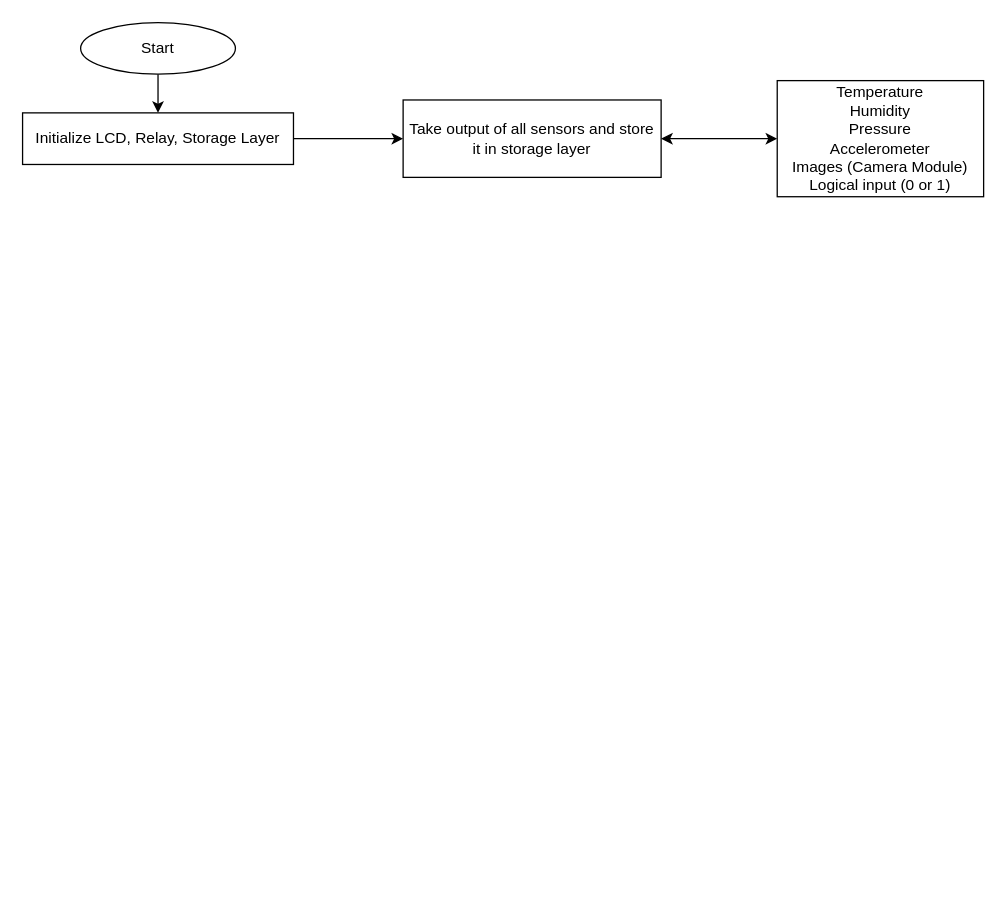
Before: Untitled Diagram.drawio in Nivethan28/bigdata_tcci, a draw.io diagram. Source tidied: cells renumbered, new cells numbered last; positions are measured from the earlier drawing's top-left corner, leaving out a move shared by most shapes. Both pictures are drawn from the tidied source at 129%, with x=0, y=0 at pixel (22, 22).
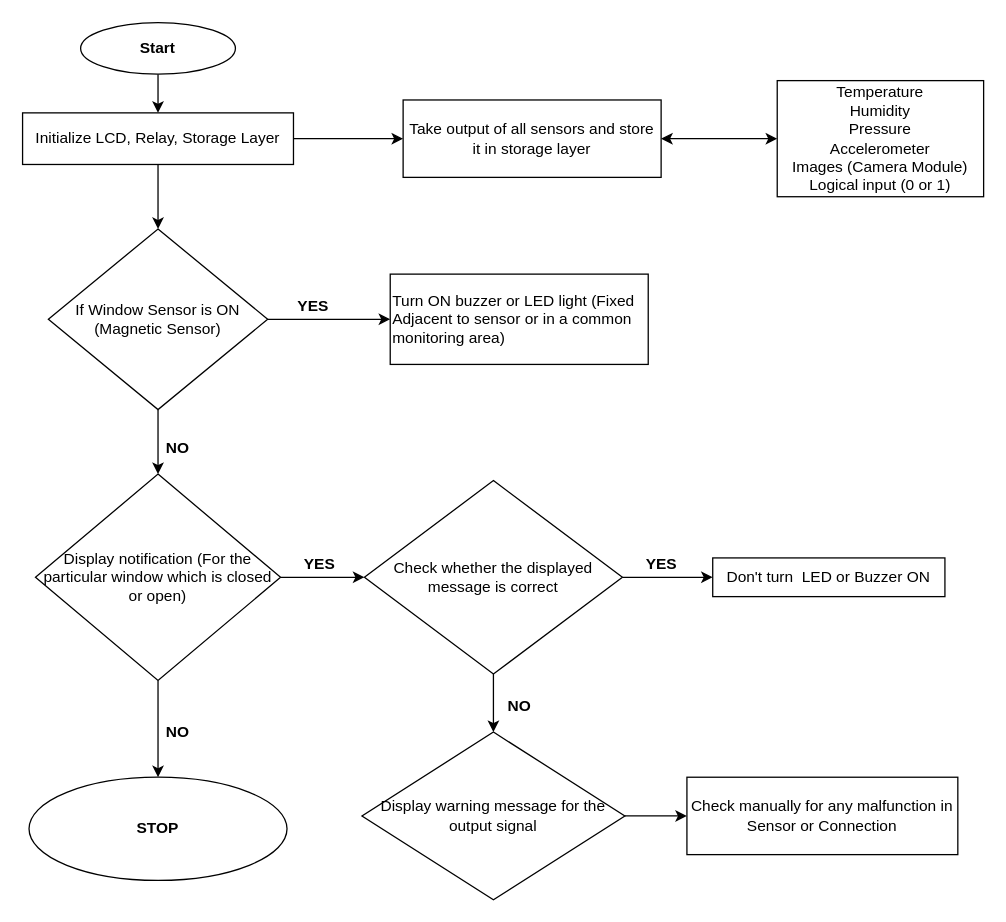
After the change.

Unchanged cells that the change refers to:
```xml
<mxCell id="5" value="Initialize LCD, Relay, Storage Layer" style="rounded=0;whiteSpace=wrap;html=1;" parent="1" vertex="1">
  <mxGeometry y="70" width="210" height="40" as="geometry" />
</mxCell>
```

Diff of the diagram source:
```diff
@@
-    <mxCell id="3" value="Start" style="ellipse;whiteSpace=wrap;html=1;" parent="1" vertex="1">
+    <mxCell id="3" value="&lt;b&gt;Start&lt;/b&gt;" style="ellipse;whiteSpace=wrap;html=1;" parent="1" vertex="1">
       <mxGeometry x="45" width="120" height="40" as="geometry" />
     </mxCell>
@@
+    <mxCell id="9" style="edgeStyle=orthogonalEdgeStyle;rounded=0;jettySize=auto;html=1;" parent="1" edge="1" source="5" target="12">
+      <mxGeometry relative="1" as="geometry" />
+    </mxCell>
@@
+    <mxCell id="10" style="edgeStyle=orthogonalEdgeStyle;rounded=0;jettySize=auto;html=1;exitX=1;exitY=0.5;exitDx=0;exitDy=0;entryX=0;entryY=0.5;entryDx=0;entryDy=0;" parent="1" edge="1" source="12" target="13">
+      <mxGeometry relative="1" as="geometry" />
+    </mxCell>
+    <mxCell id="11" style="edgeStyle=orthogonalEdgeStyle;rounded=0;jettySize=auto;html=1;" parent="1" edge="1" source="12" target="17">
+      <mxGeometry relative="1" as="geometry" />
+    </mxCell>
+    <mxCell id="12" value="If Window Sensor is ON&lt;br&gt;(Magnetic Sensor)" style="rhombus;whiteSpace=wrap;html=1;align=center;labelPosition=center;verticalLabelPosition=middle;verticalAlign=middle;" parent="1" vertex="1">
+      <mxGeometry x="20" y="160" width="170" height="140" as="geometry" />
+    </mxCell>
+    <mxCell id="13" value="Turn ON buzzer or LED light (Fixed Adjacent to sensor or in a common monitoring area)" style="rounded=0;whiteSpace=wrap;html=1;align=left;" parent="1" vertex="1">
+      <mxGeometry x="285" y="195" width="200" height="70" as="geometry" />
+    </mxCell>
+    <mxCell id="14" value="YES" style="text;html=1;align=center;verticalAlign=middle;fontStyle=1;" parent="1" vertex="1">
+      <mxGeometry x="205" y="210" width="40" height="20" as="geometry" />
+    </mxCell>
+    <mxCell id="15" style="edgeStyle=orthogonalEdgeStyle;rounded=0;jettySize=auto;html=1;" parent="1" edge="1" source="17" target="21">
+      <mxGeometry relative="1" as="geometry" />
+    </mxCell>
+    <mxCell id="16" style="edgeStyle=orthogonalEdgeStyle;rounded=0;jettySize=auto;html=1;" parent="1" edge="1" source="17" target="29">
+      <mxGeometry relative="1" as="geometry" />
+    </mxCell>
+    <mxCell id="17" value="Display notification (For the particular window which is closed or open)" style="rhombus;whiteSpace=wrap;html=1;align=center;labelPosition=center;verticalLabelPosition=middle;verticalAlign=middle;" parent="1" vertex="1">
+      <mxGeometry x="10" y="350" width="190" height="160" as="geometry" />
+    </mxCell>
+    <mxCell id="18" value="NO" style="text;html=1;align=center;verticalAlign=middle;fontStyle=1;" parent="1" vertex="1">
+      <mxGeometry x="105" y="320" width="30" height="20" as="geometry" />
+    </mxCell>
+    <mxCell id="19" style="edgeStyle=orthogonalEdgeStyle;rounded=0;jettySize=auto;html=1;" parent="1" edge="1" source="21" target="23">
+      <mxGeometry relative="1" as="geometry" />
+    </mxCell>
+    <mxCell id="20" style="edgeStyle=orthogonalEdgeStyle;rounded=0;jettySize=auto;html=1;" parent="1" edge="1" source="21" target="26">
+      <mxGeometry relative="1" as="geometry" />
+    </mxCell>
+    <mxCell id="21" value="Check whether the displayed message is correct" style="rhombus;whiteSpace=wrap;html=1;align=center;labelPosition=center;verticalLabelPosition=middle;verticalAlign=middle;" parent="1" vertex="1">
+      <mxGeometry x="265" y="355" width="200" height="150" as="geometry" />
+    </mxCell>
+    <mxCell id="22" value="&lt;b&gt;YES&lt;/b&gt;" style="text;html=1;align=center;verticalAlign=middle;" parent="1" vertex="1">
+      <mxGeometry x="210" y="410" width="40" height="20" as="geometry" />
+    </mxCell>
+    <mxCell id="23" value="Don't turn&amp;nbsp; LED or Buzzer ON" style="whiteSpace=wrap;html=1;" parent="1" vertex="1">
+      <mxGeometry x="535" y="415" width="180" height="30" as="geometry" />
+    </mxCell>
+    <mxCell id="24" value="&lt;b&gt;YES&lt;/b&gt;" style="text;html=1;align=center;verticalAlign=middle;" parent="1" vertex="1">
+      <mxGeometry x="475" y="410" width="40" height="20" as="geometry" />
+    </mxCell>
+    <mxCell id="25" style="edgeStyle=orthogonalEdgeStyle;rounded=0;jettySize=auto;html=1;" parent="1" edge="1" source="26" target="28">
+      <mxGeometry relative="1" as="geometry" />
+    </mxCell>
+    <mxCell id="26" value="Display warning message for the output signal" style="rhombus;whiteSpace=wrap;html=1;align=center;labelPosition=center;verticalLabelPosition=middle;verticalAlign=middle;" parent="1" vertex="1">
+      <mxGeometry x="263.1" y="550" width="203.8" height="130" as="geometry" />
+    </mxCell>
+    <mxCell id="27" value="&lt;b&gt;NO&lt;/b&gt;" style="text;html=1;align=center;verticalAlign=middle;" parent="1" vertex="1">
+      <mxGeometry x="370" y="520" width="30" height="20" as="geometry" />
+    </mxCell>
+    <mxCell id="28" value="Check manually for any malfunction in Sensor or Connection" style="whiteSpace=wrap;html=1;" parent="1" vertex="1">
+      <mxGeometry x="515" y="585" width="210" height="60" as="geometry" />
+    </mxCell>
+    <mxCell id="29" value="&lt;b&gt;STOP&lt;/b&gt;" style="ellipse;whiteSpace=wrap;html=1;" parent="1" vertex="1">
+      <mxGeometry x="5" y="585" width="200" height="80" as="geometry" />
+    </mxCell>
+    <mxCell id="30" value="&lt;b&gt;NO&lt;/b&gt;" style="text;html=1;align=center;verticalAlign=middle;" parent="1" vertex="1">
+      <mxGeometry x="105" y="540" width="30" height="20" as="geometry" />
+    </mxCell>
```
